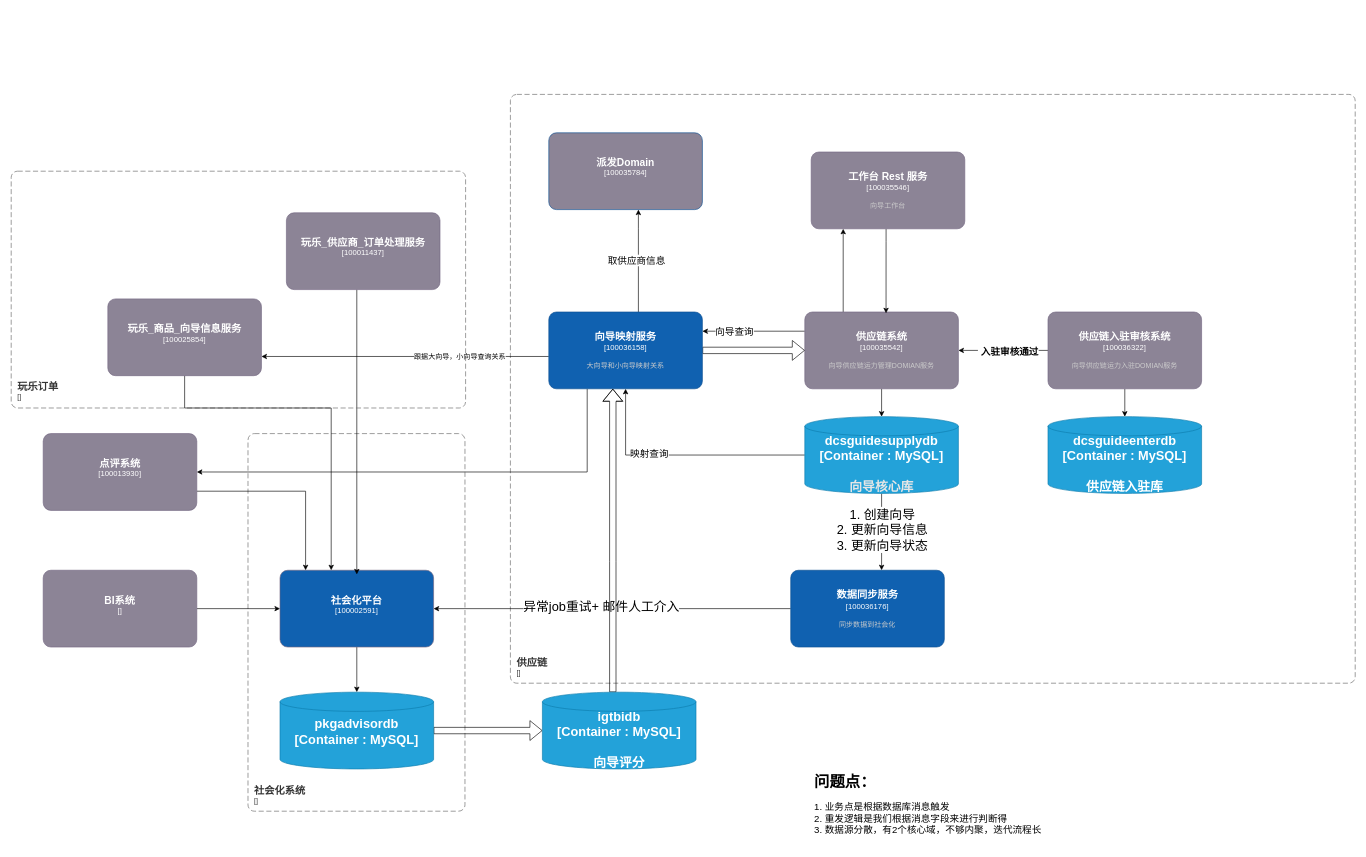
The draw.io diagram page "同步流程" (3 of 4) of 向导.drawio in leonwcy/test, before the edit. Source tidied: cells renumbered, new cells numbered last; positions are measured from the earlier drawing's top-left corner, leaving out a move shared by most shapes. Both pictures are drawn from the tidied source at 64%, with x=0, y=0 at pixel (11, 94).
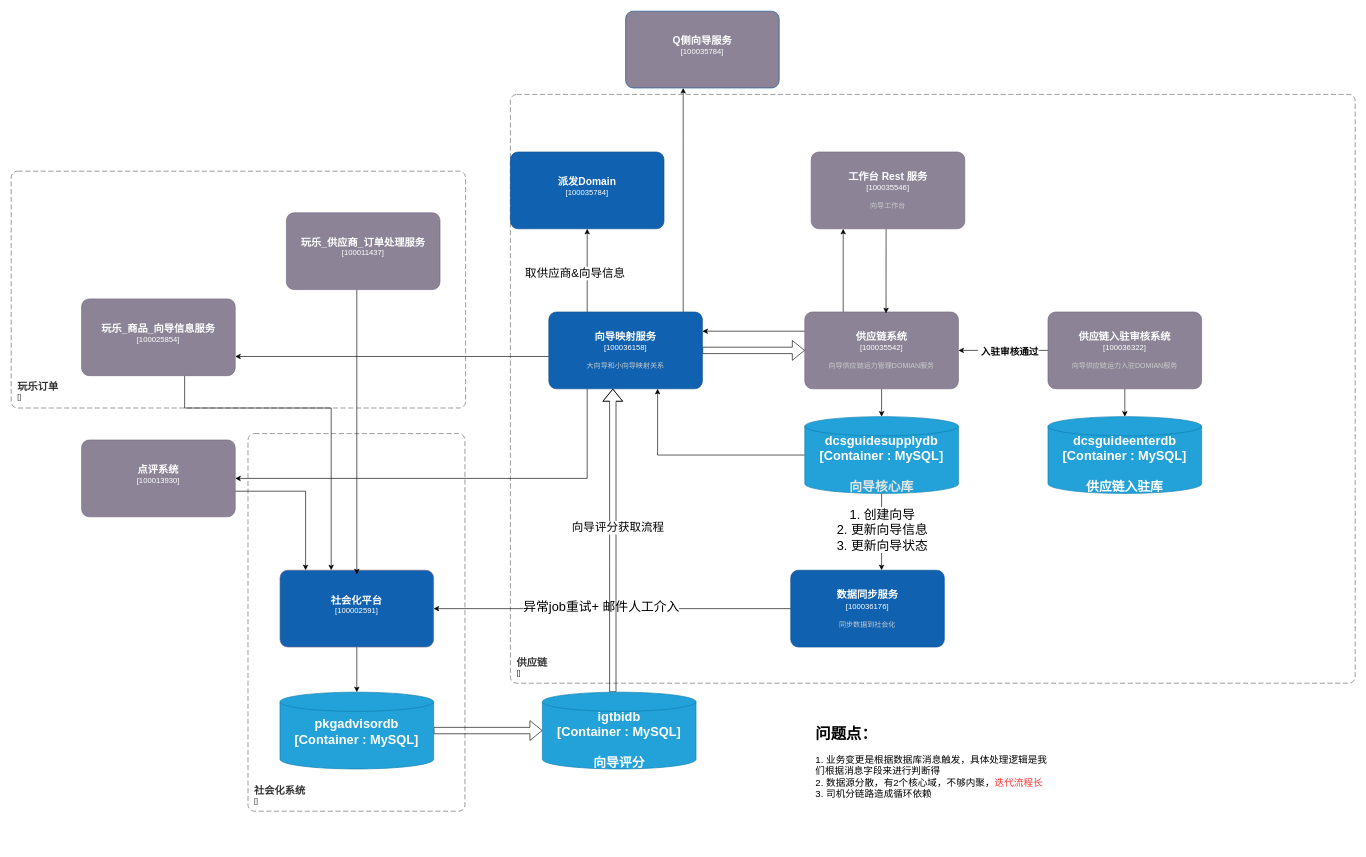
Above is the later version.

Unchanged cells that the change refers to:
```xml
<mxCell id="4" style="edgeStyle=orthogonalEdgeStyle;rounded=0;jettySize=auto;html=1;fontSize=15;fontColor=#000000;entryX=1;entryY=0.25;entryDx=0;entryDy=0;entryPerimeter=0;" parent="1" edge="1" source="7" target="25">
  <mxGeometry relative="1" as="geometry">
    <Array as="points">
      <mxPoint x="1470" y="370" />
      <mxPoint x="1470" y="370" />
    </Array>
  </mxGeometry>
</mxCell>
<object id="17" label="&lt;font style=&quot;font-size: 20px;&quot;&gt;&lt;b style=&quot;font-size: 20px;&quot;&gt;%c4Type%&lt;/b&gt;&lt;/font&gt;&lt;div style=&quot;font-size: 20px;&quot;&gt;&lt;b style=&quot;font-size: 20px;&quot;&gt;[%c4Container%:&amp;nbsp;%c4Technology%]&lt;/b&gt;&lt;/div&gt;&lt;b style=&quot;font-size: 20px;&quot;&gt;&lt;br style=&quot;font-size: 20px;&quot;&gt;&lt;div style=&quot;font-size: 20px;&quot;&gt;&lt;font style=&quot;font-size: 20px;&quot;&gt;&lt;font color=&quot;#E6E6E6&quot; style=&quot;font-size: 20px;&quot;&gt;%c4Description%&lt;/font&gt;&lt;/font&gt;&lt;/div&gt;&lt;/b&gt;" c4Container="Container " c4Description="向导核心库" c4Technology="MySQL" c4Type="dcsguidesupplydb" placeholders="1">
  <mxCell style="shape=cylinder3;size=15;whiteSpace=wrap;html=1;boundedLbl=1;rounded=0;labelBackgroundColor=none;fillColor=#23A2D9;fontSize=20;fontColor=#ffffff;align=center;strokeColor=#0E7DAD;points=[[0.5,0,0],[1,0.25,0],[1,0.5,0],[1,0.75,0],[0.5,1,0],[0,0.75,0],[0,0.5,0],[0,0.25,0]];" parent="1" vertex="1">
    <mxGeometry x="1240" y="503.5" width="240" height="120" as="geometry" />
  </mxCell>
</object>
<mxCell id="21" style="edgeStyle=orthogonalEdgeStyle;rounded=0;jettySize=auto;html=1;entryX=1;entryY=0.75;entryDx=0;entryDy=0;entryPerimeter=0;fontSize=15;fontColor=#000000;" parent="1" edge="1" source="25" target="36">
  <mxGeometry relative="1" as="geometry">
    <Array as="points">
      <mxPoint x="670" y="410" />
    </Array>
  </mxGeometry>
</mxCell>
<object id="25" label="&lt;font style=&quot;font-size: 16px&quot;&gt;&lt;b&gt;%c4Name%&lt;/b&gt;&lt;/font&gt;&lt;div&gt;[%c4Type%]&lt;/div&gt;&lt;br&gt;&lt;div&gt;&lt;font style=&quot;font-size: 11px&quot;&gt;&lt;font color=&quot;#cccccc&quot;&gt;%c4Description%&lt;/font&gt;&lt;/div&gt;" c4Description="大向导和小向导映射关系" c4Name="向导映射服务" c4Type="100036158" placeholders="1">
  <mxCell style="rounded=1;whiteSpace=wrap;html=1;labelBackgroundColor=none;fillColor=#1061B0;fontColor=#ffffff;align=center;arcSize=10;strokeColor=#0D5091;points=[[0.25,0,0],[0.5,0,0],[0.75,0,0],[1,0.25,0],[1,0.5,0],[1,0.75,0],[0.75,1,0],[0.5,1,0],[0.25,1,0],[0,0.75,0],[0,0.5,0],[0,0.25,0]];" parent="1" vertex="1">
    <mxGeometry x="840" y="340" width="240" height="120" as="geometry" />
  </mxCell>
</object>
<object id="31" label="&lt;font style=&quot;font-size: 16px&quot;&gt;&lt;b&gt;%c4Name%&lt;/b&gt;&lt;/font&gt;&lt;div&gt;[%c4Type%]&lt;/div&gt;&lt;br&gt;&lt;div&gt;&lt;font style=&quot;font-size: 11px&quot;&gt;&lt;font color=&quot;#cccccc&quot;&gt;%c4Description%&lt;/font&gt;&lt;/div&gt;" c4Description="" c4Name="社会化平台" c4Type="100002591" placeholders="1">
  <mxCell style="rounded=1;whiteSpace=wrap;html=1;labelBackgroundColor=none;fillColor=#1061B0;fontColor=#ffffff;align=center;arcSize=10;strokeColor=#736782;points=[[0.25,0,0],[0.5,0,0],[0.75,0,0],[1,0.25,0],[1,0.5,0],[1,0.75,0],[0.75,1,0],[0.5,1,0],[0.25,1,0],[0,0.75,0],[0,0.5,0],[0,0.25,0]];" parent="1" vertex="1">
    <mxGeometry x="420" y="743.5" width="240" height="120" as="geometry" />
  </mxCell>
</object>
<mxCell id="46" style="edgeStyle=orthogonalEdgeStyle;rounded=0;jettySize=auto;html=1;fontSize=15;shape=flexArrow;" parent="1" edge="1" source="47" target="25">
  <mxGeometry relative="1" as="geometry">
    <Array as="points">
      <mxPoint x="940" y="730" />
      <mxPoint x="940" y="730" />
    </Array>
  </mxGeometry>
</mxCell>
```

Change to the diagram source:
```diff
@@
-    <mxCell id="5" value="向导查询" style="edgeLabel;html=1;align=center;verticalAlign=middle;fontSize=15;fontColor=#000000;" parent="4" vertex="1">
-      <mxGeometry x="0.39" y="-1" relative="1" as="geometry" />
-    </mxCell>
@@
     <mxCell id="15" style="edgeStyle=orthogonalEdgeStyle;rounded=0;jettySize=auto;html=1;fontSize=15;fontColor=#000000;" parent="1" edge="1" source="17" target="25">
-      <mxGeometry relative="1" as="geometry" />
+      <mxGeometry relative="1" as="geometry">
+        <Array as="points">
+          <mxPoint x="1010" y="564" />
+        </Array>
+      </mxGeometry>
     </mxCell>
-    <mxCell id="16" value="映射查询" style="edgeLabel;html=1;align=center;verticalAlign=middle;fontSize=15;fontColor=#000000;" parent="15" vertex="1">
-      <mxGeometry x="0.27" y="-3" relative="1" as="geometry" />
-    </mxCell>
@@
     <object id="18" label="&lt;font style=&quot;font-size: 16px&quot;&gt;&lt;b&gt;%c4Name%&lt;/b&gt;&lt;/font&gt;&lt;div&gt;[%c4Type%]&lt;/div&gt;&lt;br&gt;&lt;div&gt;&lt;font style=&quot;font-size: 11px&quot;&gt;&lt;font color=&quot;#cccccc&quot;&gt;%c4Description%&lt;/font&gt;&lt;/div&gt;" c4Description="" c4Name="派发Domain" c4Type="100035784" placeholders="1">
-      <mxCell style="rounded=1;whiteSpace=wrap;html=1;labelBackgroundColor=none;fillColor=#8C8496;fontColor=#ffffff;align=center;arcSize=10;strokeColor=#0D5091;points=[[0.25,0,0],[0.5,0,0],[0.75,0,0],[1,0.25,0],[1,0.5,0],[1,0.75,0],[0.75,1,0],[0.5,1,0],[0.25,1,0],[0,0.75,0],[0,0.5,0],[0,0.25,0]];" parent="1" vertex="1">
-        <mxGeometry x="840" y="60" width="240" height="120" as="geometry" />
+      <mxCell style="rounded=1;whiteSpace=wrap;html=1;labelBackgroundColor=none;fillColor=#1061B0;fontColor=#ffffff;align=center;arcSize=10;strokeColor=#0D5091;points=[[0.25,0,0],[0.5,0,0],[0.75,0,0],[1,0.25,0],[1,0.5,0],[1,0.75,0],[0.75,1,0],[0.5,1,0],[0.25,1,0],[0,0.75,0],[0,0.5,0],[0,0.25,0]];" parent="1" vertex="1">
+        <mxGeometry x="780" y="90" width="240" height="120" as="geometry" />
       </mxCell>
     </object>
-    <mxCell id="19" style="edgeStyle=orthogonalEdgeStyle;rounded=0;jettySize=auto;html=1;fontSize=15;fontColor=#000000;" parent="1" edge="1" source="25">
+    <mxCell id="19" style="edgeStyle=orthogonalEdgeStyle;rounded=0;jettySize=auto;html=1;fontSize=15;fontColor=#000000;exitX=0.25;exitY=0;exitDx=0;exitDy=0;exitPerimeter=0;" parent="1" edge="1" source="25" target="18">
       <mxGeometry relative="1" as="geometry">
-        <mxPoint x="980" y="180" as="targetPoint" />
         <Array as="points">
-          <mxPoint x="980" y="210" />
-          <mxPoint x="980" y="210" />
+          <mxPoint x="900" y="240" />
+          <mxPoint x="900" y="240" />
         </Array>
       </mxGeometry>
     </mxCell>
-    <mxCell id="20" value="取供应商信息" style="edgeLabel;html=1;align=center;verticalAlign=middle;fontSize=15;fontColor=#000000;" parent="19" vertex="1">
+    <mxCell id="20" value="&lt;font style=&quot;font-size: 18px;&quot;&gt;取供应商&amp;amp;向导信息&lt;/font&gt;" style="edgeLabel;html=1;align=center;verticalAlign=middle;fontSize=15;fontColor=#000000;" parent="19" vertex="1">
       <mxGeometry x="-0.02" y="4" relative="1" as="geometry">
-        <mxPoint y="-4" as="offset" />
+        <mxPoint x="-16" y="3" as="offset" />
       </mxGeometry>
     </mxCell>
@@
-    <mxCell id="22" value="跟据大向导，小向导查询关系" style="edgeLabel;html=1;align=center;verticalAlign=middle;" parent="21" vertex="1">
-      <mxGeometry x="-0.65" relative="1" as="geometry">
-        <mxPoint x="-61" as="offset" />
-      </mxGeometry>
-    </mxCell>
@@
+    <mxCell id="48" style="edgeStyle=orthogonalEdgeStyle;rounded=0;jettySize=auto;html=1;fontSize=18;" parent="1" edge="1" source="25" target="50">
+      <mxGeometry relative="1" as="geometry">
+        <Array as="points">
+          <mxPoint x="1050" y="70" />
+          <mxPoint x="1050" y="70" />
+        </Array>
+      </mxGeometry>
+    </mxCell>
@@
     <object id="36" label="&lt;font style=&quot;font-size: 16px&quot;&gt;&lt;b&gt;%c4Name%&lt;/b&gt;&lt;/font&gt;&lt;div&gt;[%c4Type%]&lt;/div&gt;&lt;br&gt;&lt;div&gt;&lt;font style=&quot;font-size: 11px&quot;&gt;&lt;font color=&quot;#cccccc&quot;&gt;%c4Description%&lt;/font&gt;&lt;/div&gt;" c4Description="" c4Name="玩乐_商品_向导信息服务" c4Type="100025854" placeholders="1">
       <mxCell style="rounded=1;whiteSpace=wrap;html=1;labelBackgroundColor=none;fillColor=#8C8496;fontColor=#ffffff;align=center;arcSize=10;strokeColor=#736782;points=[[0.25,0,0],[0.5,0,0],[0.75,0,0],[1,0.25,0],[1,0.5,0],[1,0.75,0],[0.75,1,0],[0.5,1,0],[0.25,1,0],[0,0.75,0],[0,0.5,0],[0,0.25,0]];" parent="1" vertex="1">
-        <mxGeometry x="151" y="319.5" width="240" height="120" as="geometry" />
+        <mxGeometry x="110" y="319.5" width="240" height="120" as="geometry" />
       </mxCell>
     </object>
@@
     <object id="38" label="&lt;font style=&quot;font-size: 16px&quot;&gt;&lt;b&gt;%c4Name%&lt;/b&gt;&lt;/font&gt;&lt;div&gt;[%c4Type%]&lt;/div&gt;&lt;br&gt;&lt;div&gt;&lt;font style=&quot;font-size: 11px&quot;&gt;&lt;font color=&quot;#cccccc&quot;&gt;%c4Description%&lt;/font&gt;&lt;/div&gt;" c4Description="" c4Name="点评系统" c4Type="100013930" placeholders="1">
       <mxCell style="rounded=1;whiteSpace=wrap;html=1;labelBackgroundColor=none;fillColor=#8C8496;fontColor=#ffffff;align=center;arcSize=10;strokeColor=#736782;points=[[0.25,0,0],[0.5,0,0],[0.75,0,0],[1,0.25,0],[1,0.5,0],[1,0.75,0],[0.75,1,0],[0.5,1,0],[0.25,1,0],[0,0.75,0],[0,0.5,0],[0,0.25,0]];" parent="1" vertex="1">
-        <mxGeometry x="50" y="530" width="240" height="120" as="geometry" />
+        <mxGeometry x="110" y="540" width="240" height="120" as="geometry" />
       </mxCell>
     </object>
-    <mxCell id="39" style="edgeStyle=orthogonalEdgeStyle;rounded=0;jettySize=auto;html=1;entryX=0;entryY=0.5;entryDx=0;entryDy=0;entryPerimeter=0;" parent="1" edge="1" source="40" target="31">
-      <mxGeometry relative="1" as="geometry" />
-    </mxCell>
-    <object id="40" label="&lt;font style=&quot;font-size: 16px&quot;&gt;&lt;b&gt;%c4Name%&lt;/b&gt;&lt;/font&gt;&lt;div&gt;[%c4Type%]&lt;/div&gt;&lt;br&gt;&lt;div&gt;&lt;font style=&quot;font-size: 11px&quot;&gt;&lt;font color=&quot;#cccccc&quot;&gt;%c4Description%&lt;/font&gt;&lt;/div&gt;" c4Description="" c4Name="BI系统" c4Type="" placeholders="1">
-      <mxCell style="rounded=1;whiteSpace=wrap;html=1;labelBackgroundColor=none;fillColor=#8C8496;fontColor=#ffffff;align=center;arcSize=10;strokeColor=#736782;points=[[0.25,0,0],[0.5,0,0],[0.75,0,0],[1,0.25,0],[1,0.5,0],[1,0.75,0],[0.75,1,0],[0.5,1,0],[0.25,1,0],[0,0.75,0],[0,0.5,0],[0,0.25,0]];" parent="1" vertex="1">
-        <mxGeometry x="50" y="743.5" width="240" height="120" as="geometry" />
-      </mxCell>
-    </object>
-    <mxCell id="41" value="&lt;h1&gt;问题点：&amp;nbsp;&lt;/h1&gt;&lt;div style=&quot;font-size: 15px;&quot;&gt;&lt;span style=&quot;&quot;&gt;1. 业务点是根据数据库消息触发&lt;/span&gt;&lt;/div&gt;&lt;div style=&quot;font-size: 15px;&quot;&gt;&lt;span style=&quot;&quot;&gt;2. 重发逻辑是我们根据消息字段来进行判断得&lt;/span&gt;&lt;/div&gt;&lt;div style=&quot;font-size: 15px;&quot;&gt;&lt;span style=&quot;&quot;&gt;3. 数据源分散，有2个核心域，不够内聚，迭代流程长&lt;/span&gt;&lt;/div&gt;" style="text;html=1;strokeColor=none;fillColor=none;spacing=5;spacingTop=-20;whiteSpace=wrap;overflow=hidden;rounded=0;" parent="1" vertex="1">
-      <mxGeometry x="1250" y="1054" width="380" height="120" as="geometry" />
+    <mxCell id="41" value="&lt;h1&gt;问题点：&amp;nbsp;&lt;/h1&gt;&lt;div style=&quot;font-size: 15px;&quot;&gt;&lt;span style=&quot;&quot;&gt;1. 业务变更是根据数据库消息触发，具体&lt;/span&gt;&lt;span style=&quot;background-color: initial;&quot;&gt;处理逻辑是我们根据消息字段来进行判断得&lt;/span&gt;&lt;/div&gt;&lt;div style=&quot;font-size: 15px;&quot;&gt;2. 数据源分散，有2个核心域，不够内聚，&lt;font color=&quot;#ff3333&quot;&gt;迭代流程长&lt;/font&gt;&lt;/div&gt;&lt;div style=&quot;font-size: 15px;&quot;&gt;&lt;span style=&quot;&quot;&gt;3. 司机分链路造成循环依赖&lt;/span&gt;&lt;/div&gt;" style="text;html=1;strokeColor=none;fillColor=none;spacing=5;spacingTop=-20;whiteSpace=wrap;overflow=hidden;rounded=0;" parent="1" vertex="1">
+      <mxGeometry x="1252" y="980" width="380" height="120" as="geometry" />
     </mxCell>
@@
+    <mxCell id="49" value="向导评分获取流程" style="edgeLabel;html=1;align=center;verticalAlign=middle;fontSize=18;" parent="46" vertex="1">
+      <mxGeometry x="0.09" y="-7" relative="1" as="geometry" />
+    </mxCell>
@@
+    <object id="50" label="&lt;font style=&quot;font-size: 16px&quot;&gt;&lt;b&gt;%c4Name%&lt;/b&gt;&lt;/font&gt;&lt;div&gt;[%c4Type%]&lt;/div&gt;&lt;br&gt;&lt;div&gt;&lt;font style=&quot;font-size: 11px&quot;&gt;&lt;font color=&quot;#cccccc&quot;&gt;%c4Description%&lt;/font&gt;&lt;/div&gt;" c4Description="" c4Name="Q侧向导服务" c4Type="100035784" placeholders="1">
+      <mxCell style="rounded=1;whiteSpace=wrap;html=1;labelBackgroundColor=none;fillColor=#8C8496;fontColor=#ffffff;align=center;arcSize=10;strokeColor=#0D5091;points=[[0.25,0,0],[0.5,0,0],[0.75,0,0],[1,0.25,0],[1,0.5,0],[1,0.75,0],[0.75,1,0],[0.5,1,0],[0.25,1,0],[0,0.75,0],[0,0.5,0],[0,0.25,0]];" parent="1" vertex="1">
+        <mxGeometry x="960" y="-130" width="240" height="120" as="geometry" />
+      </mxCell>
+    </object>
```
